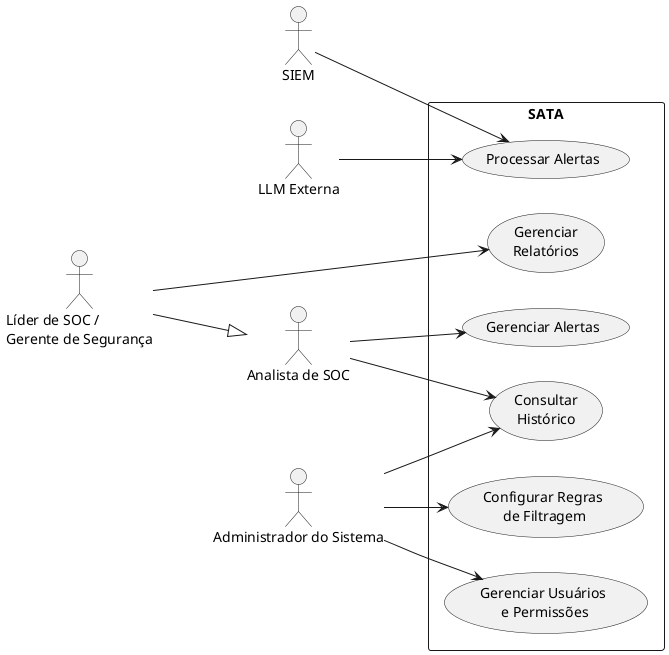
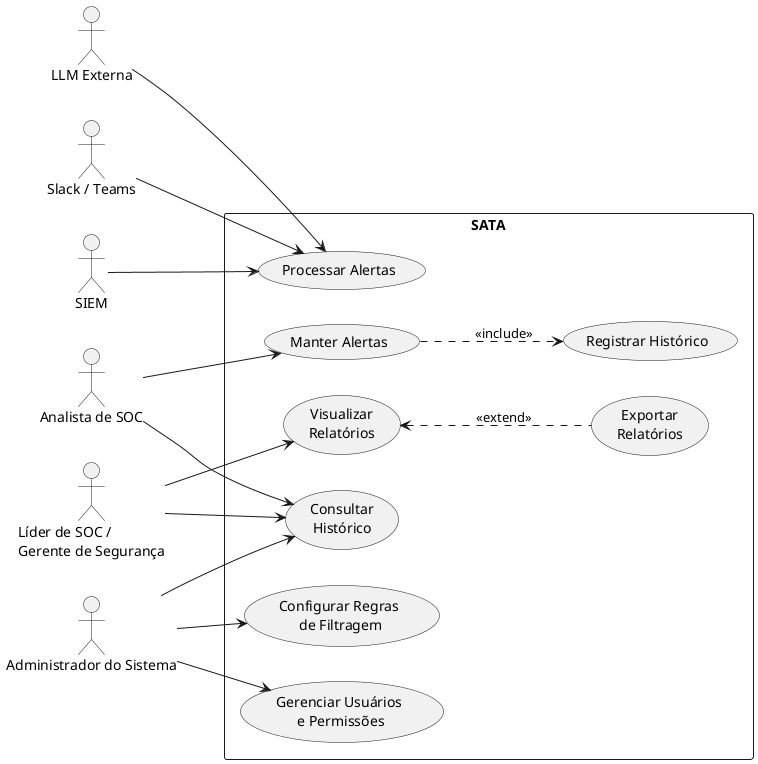
@startuml
left to right direction
+ 
actor "SIEM" as SIEM
actor "LLM Externa" as LLM
+ actor "Slack / Teams" as Comunicador
actor "Analista de SOC" as Analista
actor "Líder de SOC /\nGerente de Segurança" as Gerente
actor "Administrador do Sistema" as Admin
+ 
rectangle "SATA" {
    usecase "Processar Alertas" as UC1
-     usecase "Gerenciar Alertas" as UC2
+     usecase "Manter Alertas" as UC2
    usecase "Consultar\nHistórico" as UC3
-     usecase "Gerenciar\nRelatórios" as UC4
+     usecase "Visualizar\nRelatórios" as UC4
+     usecase "Exportar\nRelatórios" as UC5
    usecase "Configurar Regras\n de Filtragem" as UC6
    usecase "Gerenciar Usuários\n e Permissões" as UC7
+     usecase "Registrar Histórico" as UC8
}
+ 
SIEM --> UC1
LLM --> UC1
+ Comunicador --> UC1
+ 
Analista --> UC2
Analista --> UC3
+ 
+ Gerente --> UC3
Gerente --> UC4
+ 
Admin --> UC6
Admin --> UC7
Admin --> UC3

- Gerente --|> Analista
- @enduml+ UC2 ..> UC8 : <<include>>
+ UC5 .up.> UC4 : <<extend>>
+ 
+ @enduml
